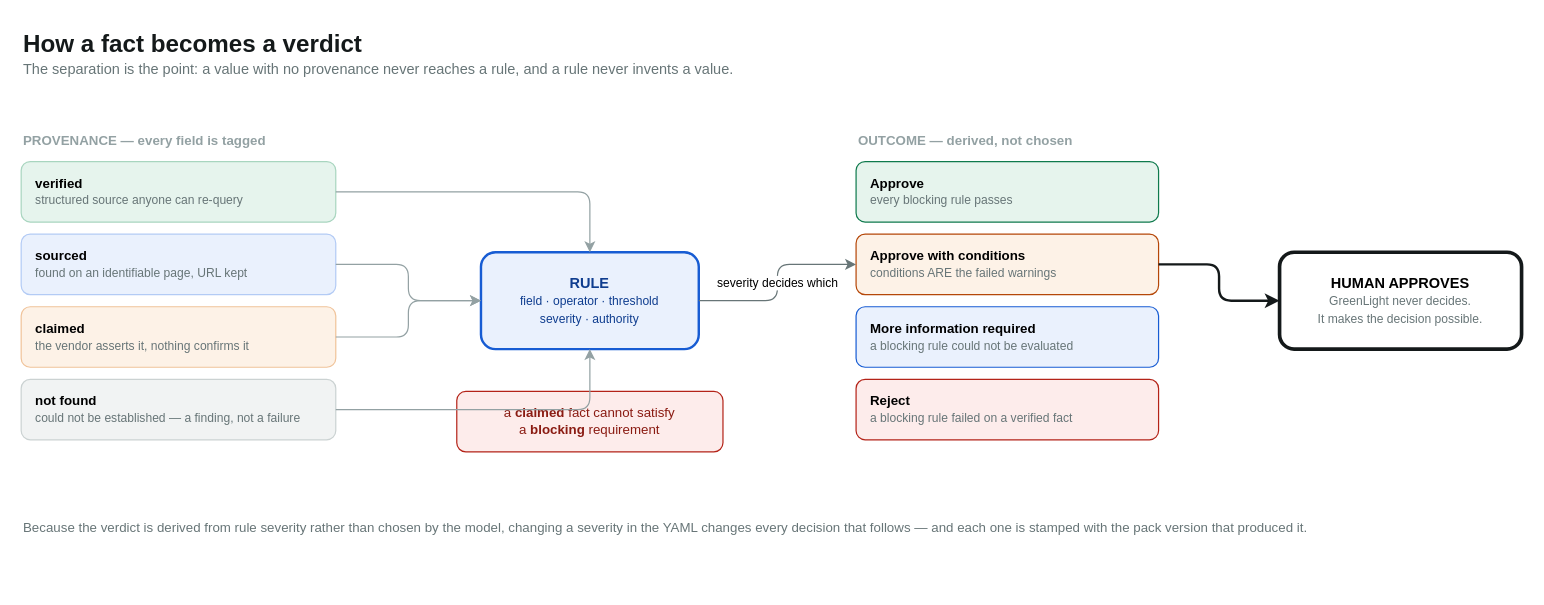
Above: page "Evidence to verdict" (2 of 2) of docs/greenlight-architecture.drawio in lakshitha-dev/greenlight (draw.io), before the change. Source tidied: cells renumbered, new cells numbered last; positions are measured from the earlier drawing's top-left corner, leaving out a move shared by most shapes. Both pictures are drawn from the tidied source at 121%, with x=0, y=0 at pixel (21, 21).
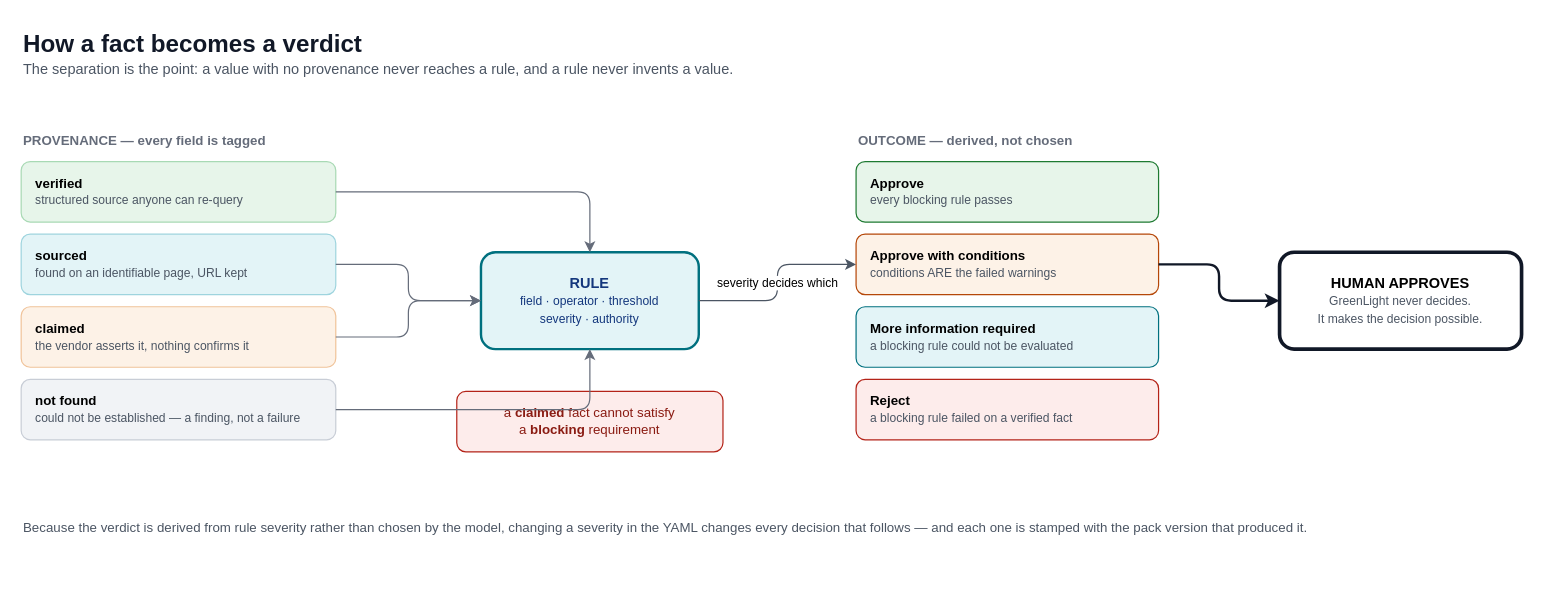
Above is the later version.

Change to the diagram source:
```diff
@@
-    <mxCell id="2" value="How a fact becomes a verdict" style="text;html=1;align=left;fontSize=20;fontStyle=1;fontColor=#14191a;" parent="1" vertex="1">
+    <mxCell id="2" value="How a fact becomes a verdict" style="text;html=1;align=left;fontSize=20;fontStyle=1;fontColor=#111827;" parent="1" vertex="1">
       <mxGeometry width="600" height="30" as="geometry" />
     </mxCell>
-    <mxCell id="3" value="The separation is the point: a value with no provenance never reaches a rule, and a rule never invents a value." style="text;html=1;align=left;fontSize=12;fontColor=#677577;" parent="1" vertex="1">
+    <mxCell id="3" value="The separation is the point: a value with no provenance never reaches a rule, and a rule never invents a value." style="text;html=1;align=left;fontSize=12;fontColor=#4b5563;" parent="1" vertex="1">
       <mxGeometry y="26" width="900" height="20" as="geometry" />
     </mxCell>
-    <mxCell id="4" value="PROVENANCE — every field is tagged" style="text;html=1;align=left;fontSize=11;fontStyle=1;fontColor=#93a1a3;" parent="1" vertex="1">
+    <mxCell id="4" value="PROVENANCE — every field is tagged" style="text;html=1;align=left;fontSize=11;fontStyle=1;fontColor=#656c7a;" parent="1" vertex="1">
       <mxGeometry y="86" width="300" height="20" as="geometry" />
     </mxCell>
-    <mxCell id="5" value="&lt;b&gt;verified&lt;/b&gt;&lt;br&gt;&lt;font style=&quot;font-size:10px;color:#677577&quot;&gt;structured source anyone can re-query&lt;/font&gt;" style="rounded=1;whiteSpace=wrap;html=1;fillColor=#e6f4ed;strokeColor=#a8d5bf;fontSize=11;align=left;spacingLeft=10;" parent="1" vertex="1">
+    <mxCell id="5" value="&lt;b&gt;verified&lt;/b&gt;&lt;br&gt;&lt;font style=&quot;font-size:10px;color:#4b5563&quot;&gt;structured source anyone can re-query&lt;/font&gt;" style="rounded=1;whiteSpace=wrap;html=1;fillColor=#e7f5ea;strokeColor=#a8d9b4;fontSize=11;align=left;spacingLeft=10;" parent="1" vertex="1">
       <mxGeometry y="116" width="260" height="50" as="geometry" />
     </mxCell>
-    <mxCell id="6" value="&lt;b&gt;sourced&lt;/b&gt;&lt;br&gt;&lt;font style=&quot;font-size:10px;color:#677577&quot;&gt;found on an identifiable page, URL kept&lt;/font&gt;" style="rounded=1;whiteSpace=wrap;html=1;fillColor=#eaf1fd;strokeColor=#b3cbf5;fontSize=11;align=left;spacingLeft=10;" parent="1" vertex="1">
+    <mxCell id="6" value="&lt;b&gt;sourced&lt;/b&gt;&lt;br&gt;&lt;font style=&quot;font-size:10px;color:#4b5563&quot;&gt;found on an identifiable page, URL kept&lt;/font&gt;" style="rounded=1;whiteSpace=wrap;html=1;fillColor=#e3f4f7;strokeColor=#9ed4de;fontSize=11;align=left;spacingLeft=10;" parent="1" vertex="1">
       <mxGeometry y="176" width="260" height="50" as="geometry" />
     </mxCell>
-    <mxCell id="7" value="&lt;b&gt;claimed&lt;/b&gt;&lt;br&gt;&lt;font style=&quot;font-size:10px;color:#677577&quot;&gt;the vendor asserts it, nothing confirms it&lt;/font&gt;" style="rounded=1;whiteSpace=wrap;html=1;fillColor=#fdf2e7;strokeColor=#f0c39a;fontSize=11;align=left;spacingLeft=10;" parent="1" vertex="1">
+    <mxCell id="7" value="&lt;b&gt;claimed&lt;/b&gt;&lt;br&gt;&lt;font style=&quot;font-size:10px;color:#4b5563&quot;&gt;the vendor asserts it, nothing confirms it&lt;/font&gt;" style="rounded=1;whiteSpace=wrap;html=1;fillColor=#fdf2e7;strokeColor=#f0c39a;fontSize=11;align=left;spacingLeft=10;" parent="1" vertex="1">
       <mxGeometry y="236" width="260" height="50" as="geometry" />
     </mxCell>
-    <mxCell id="8" value="&lt;b&gt;not found&lt;/b&gt;&lt;br&gt;&lt;font style=&quot;font-size:10px;color:#677577&quot;&gt;could not be established — a finding, not a failure&lt;/font&gt;" style="rounded=1;whiteSpace=wrap;html=1;fillColor=#f1f3f3;strokeColor=#cbd2d2;fontSize=11;align=left;spacingLeft=10;" parent="1" vertex="1">
+    <mxCell id="8" value="&lt;b&gt;not found&lt;/b&gt;&lt;br&gt;&lt;font style=&quot;font-size:10px;color:#4b5563&quot;&gt;could not be established — a finding, not a failure&lt;/font&gt;" style="rounded=1;whiteSpace=wrap;html=1;fillColor=#f1f3f6;strokeColor=#c8cdd6;fontSize=11;align=left;spacingLeft=10;" parent="1" vertex="1">
       <mxGeometry y="296" width="260" height="50" as="geometry" />
     </mxCell>
-    <mxCell id="9" value="&lt;b&gt;RULE&lt;/b&gt;&lt;br&gt;&lt;font style=&quot;font-size:10px&quot;&gt;field · operator · threshold&lt;br&gt;severity · authority&lt;/font&gt;" style="rounded=1;whiteSpace=wrap;html=1;fillColor=#eaf1fd;strokeColor=#175cd3;strokeWidth=2;fontSize=12;fontColor=#0f3d8f;" parent="1" vertex="1">
+    <mxCell id="9" value="&lt;b&gt;RULE&lt;/b&gt;&lt;br&gt;&lt;font style=&quot;font-size:10px&quot;&gt;field · operator · threshold&lt;br&gt;severity · authority&lt;/font&gt;" style="rounded=1;whiteSpace=wrap;html=1;fillColor=#e3f4f7;strokeColor=#00707f;strokeWidth=2;fontSize=12;fontColor=#14377d;" parent="1" vertex="1">
       <mxGeometry x="380" y="191" width="180" height="80" as="geometry" />
     </mxCell>
@@
-    <mxCell id="11" value="OUTCOME — derived, not chosen" style="text;html=1;align=left;fontSize=11;fontStyle=1;fontColor=#93a1a3;" parent="1" vertex="1">
+    <mxCell id="11" value="OUTCOME — derived, not chosen" style="text;html=1;align=left;fontSize=11;fontStyle=1;fontColor=#656c7a;" parent="1" vertex="1">
       <mxGeometry x="690" y="86" width="300" height="20" as="geometry" />
     </mxCell>
-    <mxCell id="12" value="&lt;b&gt;Approve&lt;/b&gt;&lt;br&gt;&lt;font style=&quot;font-size:10px;color:#677577&quot;&gt;every blocking rule passes&lt;/font&gt;" style="rounded=1;whiteSpace=wrap;html=1;fillColor=#e6f4ed;strokeColor=#0f7a4d;fontSize=11;align=left;spacingLeft=10;" parent="1" vertex="1">
+    <mxCell id="12" value="&lt;b&gt;Approve&lt;/b&gt;&lt;br&gt;&lt;font style=&quot;font-size:10px;color:#4b5563&quot;&gt;every blocking rule passes&lt;/font&gt;" style="rounded=1;whiteSpace=wrap;html=1;fillColor=#e7f5ea;strokeColor=#1e7a32;fontSize=11;align=left;spacingLeft=10;" parent="1" vertex="1">
       <mxGeometry x="690" y="116" width="250" height="50" as="geometry" />
     </mxCell>
-    <mxCell id="13" value="&lt;b&gt;Approve with conditions&lt;/b&gt;&lt;br&gt;&lt;font style=&quot;font-size:10px;color:#677577&quot;&gt;conditions ARE the failed warnings&lt;/font&gt;" style="rounded=1;whiteSpace=wrap;html=1;fillColor=#fdf2e7;strokeColor=#b54708;fontSize=11;align=left;spacingLeft=10;" parent="1" vertex="1">
+    <mxCell id="13" value="&lt;b&gt;Approve with conditions&lt;/b&gt;&lt;br&gt;&lt;font style=&quot;font-size:10px;color:#4b5563&quot;&gt;conditions ARE the failed warnings&lt;/font&gt;" style="rounded=1;whiteSpace=wrap;html=1;fillColor=#fdf2e7;strokeColor=#b54708;fontSize=11;align=left;spacingLeft=10;" parent="1" vertex="1">
       <mxGeometry x="690" y="176" width="250" height="50" as="geometry" />
     </mxCell>
-    <mxCell id="14" value="&lt;b&gt;More information required&lt;/b&gt;&lt;br&gt;&lt;font style=&quot;font-size:10px;color:#677577&quot;&gt;a blocking rule could not be evaluated&lt;/font&gt;" style="rounded=1;whiteSpace=wrap;html=1;fillColor=#eaf1fd;strokeColor=#175cd3;fontSize=11;align=left;spacingLeft=10;" parent="1" vertex="1">
+    <mxCell id="14" value="&lt;b&gt;More information required&lt;/b&gt;&lt;br&gt;&lt;font style=&quot;font-size:10px;color:#4b5563&quot;&gt;a blocking rule could not be evaluated&lt;/font&gt;" style="rounded=1;whiteSpace=wrap;html=1;fillColor=#e3f4f7;strokeColor=#00707f;fontSize=11;align=left;spacingLeft=10;" parent="1" vertex="1">
       <mxGeometry x="690" y="236" width="250" height="50" as="geometry" />
     </mxCell>
-    <mxCell id="15" value="&lt;b&gt;Reject&lt;/b&gt;&lt;br&gt;&lt;font style=&quot;font-size:10px;color:#677577&quot;&gt;a blocking rule failed on a verified fact&lt;/font&gt;" style="rounded=1;whiteSpace=wrap;html=1;fillColor=#fdeceb;strokeColor=#b42318;fontSize=11;align=left;spacingLeft=10;" parent="1" vertex="1">
+    <mxCell id="15" value="&lt;b&gt;Reject&lt;/b&gt;&lt;br&gt;&lt;font style=&quot;font-size:10px;color:#4b5563&quot;&gt;a blocking rule failed on a verified fact&lt;/font&gt;" style="rounded=1;whiteSpace=wrap;html=1;fillColor=#fdeceb;strokeColor=#b42318;fontSize=11;align=left;spacingLeft=10;" parent="1" vertex="1">
       <mxGeometry x="690" y="296" width="250" height="50" as="geometry" />
     </mxCell>
-    <mxCell id="16" value="&lt;b&gt;HUMAN APPROVES&lt;/b&gt;&lt;br&gt;&lt;font style=&quot;font-size:10px;color:#677577&quot;&gt;GreenLight never decides.&lt;br&gt;It makes the decision possible.&lt;/font&gt;" style="rounded=1;whiteSpace=wrap;html=1;fillColor=#ffffff;strokeColor=#14191a;strokeWidth=3;fontSize=12;" parent="1" vertex="1">
+    <mxCell id="16" value="&lt;b&gt;HUMAN APPROVES&lt;/b&gt;&lt;br&gt;&lt;font style=&quot;font-size:10px;color:#4b5563&quot;&gt;GreenLight never decides.&lt;br&gt;It makes the decision possible.&lt;/font&gt;" style="rounded=1;whiteSpace=wrap;html=1;fillColor=#ffffff;strokeColor=#111827;strokeWidth=3;fontSize=12;" parent="1" vertex="1">
       <mxGeometry x="1040" y="191" width="200" height="80" as="geometry" />
     </mxCell>
-    <mxCell id="17" style="edgeStyle=orthogonalEdgeStyle;rounded=1;html=1;strokeColor=#93a1a3;" parent="1" edge="1" source="5" target="9">
+    <mxCell id="17" style="edgeStyle=orthogonalEdgeStyle;rounded=1;html=1;strokeColor=#656c7a;" parent="1" edge="1" source="5" target="9">
       <mxGeometry relative="1" as="geometry" />
     </mxCell>
-    <mxCell id="18" style="edgeStyle=orthogonalEdgeStyle;rounded=1;html=1;strokeColor=#93a1a3;" parent="1" edge="1" source="6" target="9">
+    <mxCell id="18" style="edgeStyle=orthogonalEdgeStyle;rounded=1;html=1;strokeColor=#656c7a;" parent="1" edge="1" source="6" target="9">
       <mxGeometry relative="1" as="geometry" />
     </mxCell>
-    <mxCell id="19" style="edgeStyle=orthogonalEdgeStyle;rounded=1;html=1;strokeColor=#93a1a3;" parent="1" edge="1" source="7" target="9">
+    <mxCell id="19" style="edgeStyle=orthogonalEdgeStyle;rounded=1;html=1;strokeColor=#656c7a;" parent="1" edge="1" source="7" target="9">
       <mxGeometry relative="1" as="geometry" />
     </mxCell>
-    <mxCell id="20" style="edgeStyle=orthogonalEdgeStyle;rounded=1;html=1;strokeColor=#93a1a3;" parent="1" edge="1" source="8" target="9">
+    <mxCell id="20" style="edgeStyle=orthogonalEdgeStyle;rounded=1;html=1;strokeColor=#656c7a;" parent="1" edge="1" source="8" target="9">
       <mxGeometry relative="1" as="geometry" />
     </mxCell>
-    <mxCell id="21" value="severity decides which" style="edgeStyle=orthogonalEdgeStyle;rounded=1;html=1;strokeColor=#677577;fontSize=10;" parent="1" edge="1" source="9" target="13">
+    <mxCell id="21" value="severity decides which" style="edgeStyle=orthogonalEdgeStyle;rounded=1;html=1;strokeColor=#4b5563;fontSize=10;" parent="1" edge="1" source="9" target="13">
       <mxGeometry relative="1" as="geometry" />
     </mxCell>
-    <mxCell id="22" style="edgeStyle=orthogonalEdgeStyle;rounded=1;html=1;strokeColor=#14191a;strokeWidth=2;" parent="1" edge="1" source="13" target="16">
+    <mxCell id="22" style="edgeStyle=orthogonalEdgeStyle;rounded=1;html=1;strokeColor=#111827;strokeWidth=2;" parent="1" edge="1" source="13" target="16">
       <mxGeometry relative="1" as="geometry" />
     </mxCell>
-    <mxCell id="23" value="&lt;font style=&quot;color:#677577&quot;&gt;Because the verdict is derived from rule severity rather than chosen by the model, changing a severity in the YAML changes every decision that follows — and each one is stamped with the pack version that produced it.&lt;/font&gt;" style="text;html=1;align=left;verticalAlign=top;fontSize=11;" parent="1" vertex="1">
+    <mxCell id="23" value="&lt;font style=&quot;color:#4b5563&quot;&gt;Because the verdict is derived from rule severity rather than chosen by the model, changing a severity in the YAML changes every decision that follows — and each one is stamped with the pack version that produced it.&lt;/font&gt;" style="text;html=1;align=left;verticalAlign=top;fontSize=11;" parent="1" vertex="1">
       <mxGeometry y="406" width="620" height="60" as="geometry" />
     </mxCell>
```
